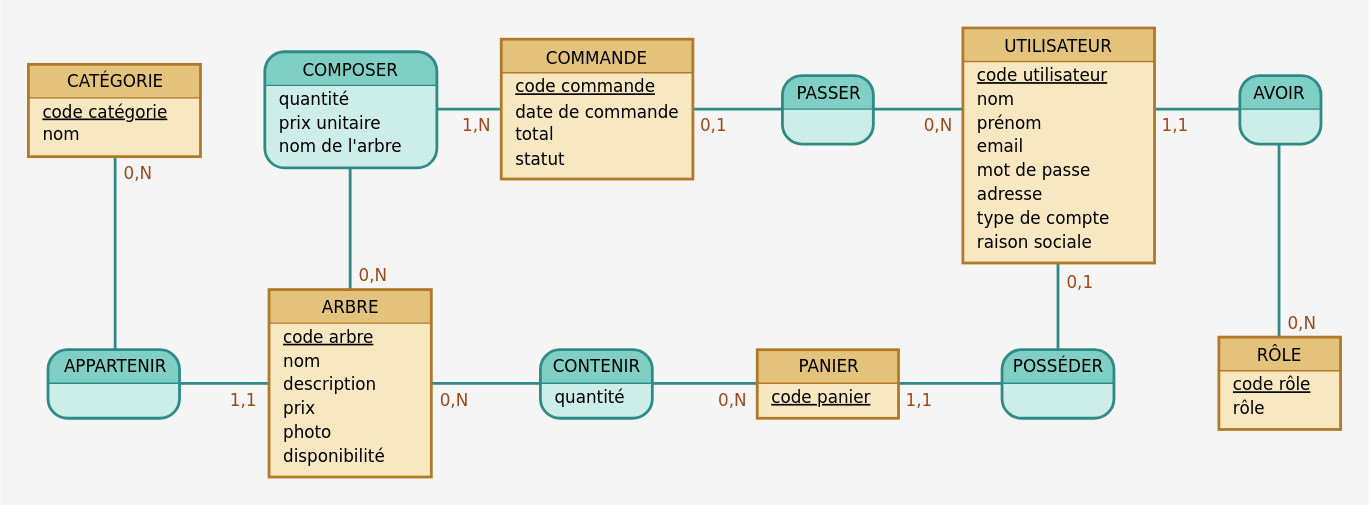
The draw.io diagram docs/conception/modele-de-donnees/05b-mcd.drawio.svg in DimitryDereppe/je-s-appelle-graine, before a commit. Source tidied: cells renumbered, new cells last; positions are measured from the earlier drawing's top-left corner, leaving out a move shared by most shapes. Its diagram source:
```xml
<mxGraphModel>
  <root>
    <mxCell id="0" />
    <mxCell id="1" parent="0" />
    <mxCell id="2" value="CATÉGORIE" style="swimlane;fontStyle=0;horizontal=1;startSize=24;fillColor=#E3C27B;swimlaneFillColor=#F8E8C2;strokeColor=#B07A2A;strokeWidth=2;rounded=0;arcSize=30;fontFamily=Verdana;fontSize=12;html=1;" parent="1" vertex="1">
      <mxGeometry y="26" width="123" height="66" as="geometry" />
    </mxCell>
    <mxCell id="3" value="&lt;u&gt;code catégorie&lt;/u&gt;&lt;br&gt;nom" style="text;html=1;align=left;verticalAlign=top;spacingLeft=6;fontFamily=Verdana;fontSize=12;" parent="2" vertex="1">
      <mxGeometry y="24" width="123" height="42" as="geometry" />
    </mxCell>
    <mxCell id="4" value="COMPOSER" style="swimlane;fontStyle=0;horizontal=1;startSize=24;fillColor=#7FCFC4;swimlaneFillColor=#CDEDE8;strokeColor=#2E8B85;strokeWidth=2;rounded=1;arcSize=30;fontFamily=Verdana;fontSize=12;html=1;" parent="1" vertex="1">
      <mxGeometry x="169" y="17" width="123" height="83" as="geometry" />
    </mxCell>
    <mxCell id="5" value="quantité&lt;br&gt;prix unitaire&lt;br&gt;nom de l&amp;#x27;arbre" style="text;html=1;align=left;verticalAlign=top;spacingLeft=6;fontFamily=Verdana;fontSize=12;" parent="4" vertex="1">
      <mxGeometry y="24" width="123" height="59" as="geometry" />
    </mxCell>
    <mxCell id="6" value="COMMANDE" style="swimlane;fontStyle=0;horizontal=1;startSize=24;fillColor=#E3C27B;swimlaneFillColor=#F8E8C2;strokeColor=#B07A2A;strokeWidth=2;rounded=0;arcSize=30;fontFamily=Verdana;fontSize=12;html=1;" parent="1" vertex="1">
      <mxGeometry x="338" y="8" width="137" height="100" as="geometry" />
    </mxCell>
    <mxCell id="7" value="&lt;u&gt;code commande&lt;/u&gt;&lt;br&gt;date de commande&lt;br&gt;total&lt;br&gt;statut" style="text;html=1;align=left;verticalAlign=top;spacingLeft=6;fontFamily=Verdana;fontSize=12;" parent="6" vertex="1">
      <mxGeometry y="24" width="137" height="76" as="geometry" />
    </mxCell>
    <mxCell id="8" value="PASSER" style="swimlane;fontStyle=0;horizontal=1;startSize=24;fillColor=#7FCFC4;swimlaneFillColor=#CDEDE8;strokeColor=#2E8B85;strokeWidth=2;rounded=1;arcSize=30;fontFamily=Verdana;fontSize=12;html=1;" parent="1" vertex="1">
      <mxGeometry x="539" y="34" width="65" height="49" as="geometry" />
    </mxCell>
    <mxCell id="9" style="text;html=1;align=left;verticalAlign=top;spacingLeft=6;fontFamily=Verdana;fontSize=12;" parent="8" vertex="1">
      <mxGeometry y="24" width="65" height="25" as="geometry" />
    </mxCell>
    <mxCell id="10" value="UTILISATEUR" style="swimlane;fontStyle=0;horizontal=1;startSize=24;fillColor=#E3C27B;swimlaneFillColor=#F8E8C2;strokeColor=#B07A2A;strokeWidth=2;rounded=0;arcSize=30;fontFamily=Verdana;fontSize=12;html=1;" parent="1" vertex="1">
      <mxGeometry x="668" width="137" height="168" as="geometry" />
    </mxCell>
    <mxCell id="11" value="&lt;u&gt;code utilisateur&lt;/u&gt;&lt;br&gt;nom&lt;br&gt;prénom&lt;br&gt;email&lt;br&gt;mot de passe&lt;br&gt;adresse&lt;br&gt;type de compte&lt;br&gt;raison sociale" style="text;html=1;align=left;verticalAlign=top;spacingLeft=6;fontFamily=Verdana;fontSize=12;" parent="10" vertex="1">
      <mxGeometry y="24" width="137" height="144" as="geometry" />
    </mxCell>
    <mxCell id="12" value="AVOIR" style="swimlane;fontStyle=0;horizontal=1;startSize=24;fillColor=#7FCFC4;swimlaneFillColor=#CDEDE8;strokeColor=#2E8B85;strokeWidth=2;rounded=1;arcSize=30;fontFamily=Verdana;fontSize=12;html=1;" parent="1" vertex="1">
      <mxGeometry x="866" y="34" width="58" height="49" as="geometry" />
    </mxCell>
    <mxCell id="13" style="text;html=1;align=left;verticalAlign=top;spacingLeft=6;fontFamily=Verdana;fontSize=12;" parent="12" vertex="1">
      <mxGeometry y="24" width="58" height="25" as="geometry" />
    </mxCell>
    <mxCell id="14" value="APPARTENIR" style="swimlane;fontStyle=0;horizontal=1;startSize=24;fillColor=#7FCFC4;swimlaneFillColor=#CDEDE8;strokeColor=#2E8B85;strokeWidth=2;rounded=1;arcSize=30;fontFamily=Verdana;fontSize=12;html=1;" parent="1" vertex="1">
      <mxGeometry x="14" y="230" width="94" height="49" as="geometry" />
    </mxCell>
    <mxCell id="15" style="text;html=1;align=left;verticalAlign=top;spacingLeft=6;fontFamily=Verdana;fontSize=12;" parent="14" vertex="1">
      <mxGeometry y="24" width="94" height="25" as="geometry" />
    </mxCell>
    <mxCell id="16" value="ARBRE" style="swimlane;fontStyle=0;horizontal=1;startSize=24;fillColor=#E3C27B;swimlaneFillColor=#F8E8C2;strokeColor=#B07A2A;strokeWidth=2;rounded=0;arcSize=30;fontFamily=Verdana;fontSize=12;html=1;" parent="1" vertex="1">
      <mxGeometry x="172" y="187" width="116" height="134" as="geometry" />
    </mxCell>
    <mxCell id="17" value="&lt;u&gt;code arbre&lt;/u&gt;&lt;br&gt;nom&lt;br&gt;description&lt;br&gt;prix&lt;br&gt;photo&lt;br&gt;disponibilité" style="text;html=1;align=left;verticalAlign=top;spacingLeft=6;fontFamily=Verdana;fontSize=12;" parent="16" vertex="1">
      <mxGeometry y="24" width="116" height="110" as="geometry" />
    </mxCell>
    <mxCell id="18" value="CONTENIR" style="swimlane;fontStyle=0;horizontal=1;startSize=24;fillColor=#7FCFC4;swimlaneFillColor=#CDEDE8;strokeColor=#2E8B85;strokeWidth=2;rounded=1;arcSize=30;fontFamily=Verdana;fontSize=12;html=1;" parent="1" vertex="1">
      <mxGeometry x="366" y="230" width="80" height="49" as="geometry" />
    </mxCell>
    <mxCell id="19" value="quantité" style="text;html=1;align=left;verticalAlign=top;spacingLeft=6;fontFamily=Verdana;fontSize=12;" parent="18" vertex="1">
      <mxGeometry y="24" width="80" height="25" as="geometry" />
    </mxCell>
    <mxCell id="20" value="PANIER" style="swimlane;fontStyle=0;horizontal=1;startSize=24;fillColor=#E3C27B;swimlaneFillColor=#F8E8C2;strokeColor=#B07A2A;strokeWidth=2;rounded=0;arcSize=30;fontFamily=Verdana;fontSize=12;html=1;" parent="1" vertex="1">
      <mxGeometry x="521" y="230" width="101" height="49" as="geometry" />
    </mxCell>
    <mxCell id="21" value="&lt;u&gt;code panier&lt;/u&gt;" style="text;html=1;align=left;verticalAlign=top;spacingLeft=6;fontFamily=Verdana;fontSize=12;" parent="20" vertex="1">
      <mxGeometry y="24" width="101" height="25" as="geometry" />
    </mxCell>
    <mxCell id="22" value="POSSÉDER" style="swimlane;fontStyle=0;horizontal=1;startSize=24;fillColor=#7FCFC4;swimlaneFillColor=#CDEDE8;strokeColor=#2E8B85;strokeWidth=2;rounded=1;arcSize=30;fontFamily=Verdana;fontSize=12;html=1;" parent="1" vertex="1">
      <mxGeometry x="696" y="230" width="80" height="49" as="geometry" />
    </mxCell>
    <mxCell id="23" style="text;html=1;align=left;verticalAlign=top;spacingLeft=6;fontFamily=Verdana;fontSize=12;" parent="22" vertex="1">
      <mxGeometry y="24" width="80" height="25" as="geometry" />
    </mxCell>
    <mxCell id="24" value="RÔLE" style="swimlane;fontStyle=0;horizontal=1;startSize=24;fillColor=#E3C27B;swimlaneFillColor=#F8E8C2;strokeColor=#B07A2A;strokeWidth=2;rounded=0;arcSize=30;fontFamily=Verdana;fontSize=12;html=1;" parent="1" vertex="1">
      <mxGeometry x="851" y="221" width="87" height="66" as="geometry" />
    </mxCell>
    <mxCell id="25" value="&lt;u&gt;code rôle&lt;/u&gt;&lt;br&gt;rôle" style="text;html=1;align=left;verticalAlign=top;spacingLeft=6;fontFamily=Verdana;fontSize=12;" parent="24" vertex="1">
      <mxGeometry y="24" width="87" height="42" as="geometry" />
    </mxCell>
    <mxCell id="26" value="0,N" style="endArrow=none;html=1;strokeColor=#2E8B85;strokeWidth=2;fontColor=#9C4A1A;fontFamily=Verdana;fontSize=12;labelBackgroundColor=none;" parent="1" edge="1" source="14" target="2">
      <mxGeometry x="0.75" y="10" relative="1" as="geometry" />
    </mxCell>
    <mxCell id="27" value="1,1" style="endArrow=none;html=1;strokeColor=#2E8B85;strokeWidth=2;fontColor=#9C4A1A;fontFamily=Verdana;fontSize=12;labelBackgroundColor=none;" parent="1" edge="1" source="14" target="16">
      <mxGeometry x="0.75" y="10" relative="1" as="geometry" />
    </mxCell>
    <mxCell id="28" value="1,N" style="endArrow=none;html=1;strokeColor=#2E8B85;strokeWidth=2;fontColor=#9C4A1A;fontFamily=Verdana;fontSize=12;labelBackgroundColor=none;" parent="1" edge="1" source="4" target="6">
      <mxGeometry x="0.75" y="10" relative="1" as="geometry" />
    </mxCell>
    <mxCell id="29" value="0,N" style="endArrow=none;html=1;strokeColor=#2E8B85;strokeWidth=2;fontColor=#9C4A1A;fontFamily=Verdana;fontSize=12;labelBackgroundColor=none;" parent="1" edge="1" source="4" target="16">
      <mxGeometry x="0.75" y="10" relative="1" as="geometry" />
    </mxCell>
    <mxCell id="30" value="0,N" style="endArrow=none;html=1;strokeColor=#2E8B85;strokeWidth=2;fontColor=#9C4A1A;fontFamily=Verdana;fontSize=12;labelBackgroundColor=none;" parent="1" edge="1" source="18" target="20">
      <mxGeometry x="0.75" y="10" relative="1" as="geometry" />
    </mxCell>
    <mxCell id="31" value="0,N" style="endArrow=none;html=1;strokeColor=#2E8B85;strokeWidth=2;fontColor=#9C4A1A;fontFamily=Verdana;fontSize=12;labelBackgroundColor=none;" parent="1" edge="1" source="18" target="16">
      <mxGeometry x="0.75" y="10" relative="1" as="geometry" />
    </mxCell>
    <mxCell id="32" value="0,N" style="endArrow=none;html=1;strokeColor=#2E8B85;strokeWidth=2;fontColor=#9C4A1A;fontFamily=Verdana;fontSize=12;labelBackgroundColor=none;" parent="1" edge="1" source="8" target="10">
      <mxGeometry x="0.75" y="10" relative="1" as="geometry" />
    </mxCell>
    <mxCell id="33" value="0,1" style="endArrow=none;html=1;strokeColor=#2E8B85;strokeWidth=2;fontColor=#9C4A1A;fontFamily=Verdana;fontSize=12;labelBackgroundColor=none;" parent="1" edge="1" source="8" target="6">
      <mxGeometry x="0.75" y="10" relative="1" as="geometry" />
    </mxCell>
    <mxCell id="34" value="0,1" style="endArrow=none;html=1;strokeColor=#2E8B85;strokeWidth=2;fontColor=#9C4A1A;fontFamily=Verdana;fontSize=12;labelBackgroundColor=none;" parent="1" edge="1" source="22" target="10">
      <mxGeometry x="0.75" y="10" relative="1" as="geometry" />
    </mxCell>
    <mxCell id="35" value="1,1" style="endArrow=none;html=1;strokeColor=#2E8B85;strokeWidth=2;fontColor=#9C4A1A;fontFamily=Verdana;fontSize=12;labelBackgroundColor=none;" parent="1" edge="1" source="22" target="20">
      <mxGeometry x="0.75" y="10" relative="1" as="geometry" />
    </mxCell>
    <mxCell id="36" value="1,1" style="endArrow=none;html=1;strokeColor=#2E8B85;strokeWidth=2;fontColor=#9C4A1A;fontFamily=Verdana;fontSize=12;labelBackgroundColor=none;" parent="1" edge="1" source="12" target="10">
      <mxGeometry x="0.75" y="10" relative="1" as="geometry" />
    </mxCell>
    <mxCell id="37" value="0,N" style="endArrow=none;html=1;strokeColor=#2E8B85;strokeWidth=2;fontColor=#9C4A1A;fontFamily=Verdana;fontSize=12;labelBackgroundColor=none;" parent="1" edge="1" source="12" target="24">
      <mxGeometry x="0.75" y="10" relative="1" as="geometry" />
    </mxCell>
  </root>
</mxGraphModel>
```
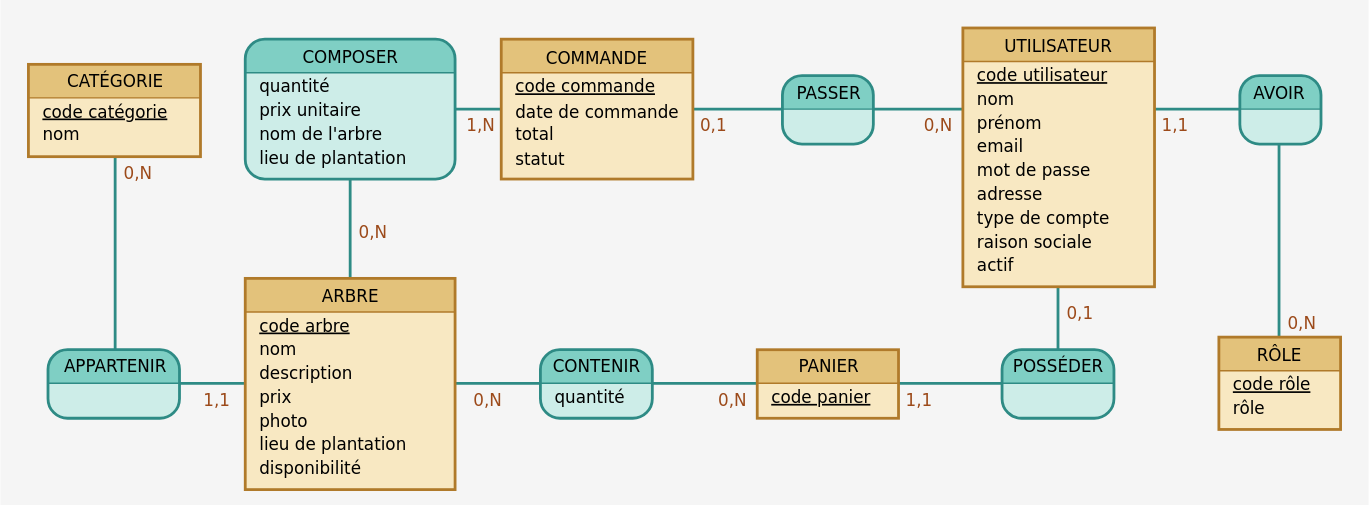
Later version of the same file.

Commit message:
docs: ajout du lieu de plantation et de is_active au modèle de données docs: création du carnet de bord de Dimitry

The edit, as a diff of the source:
```diff
@@ -9,10 +9,10 @@
       <mxGeometry y="24" width="123" height="42" as="geometry" />
     </mxCell>
     <mxCell id="4" value="COMPOSER" style="swimlane;fontStyle=0;horizontal=1;startSize=24;fillColor=#7FCFC4;swimlaneFillColor=#CDEDE8;strokeColor=#2E8B85;strokeWidth=2;rounded=1;arcSize=30;fontFamily=Verdana;fontSize=12;html=1;" parent="1" vertex="1">
-      <mxGeometry x="169" y="17" width="123" height="83" as="geometry" />
+      <mxGeometry x="155" y="8" width="150" height="100" as="geometry" />
     </mxCell>
-    <mxCell id="5" value="quantité&lt;br&gt;prix unitaire&lt;br&gt;nom de l&amp;#x27;arbre" style="text;html=1;align=left;verticalAlign=top;spacingLeft=6;fontFamily=Verdana;fontSize=12;" parent="4" vertex="1">
-      <mxGeometry y="24" width="123" height="59" as="geometry" />
+    <mxCell id="5" value="quantité&lt;br&gt;prix unitaire&lt;br&gt;nom de l&amp;#x27;arbre&lt;br&gt;lieu de plantation" style="text;html=1;align=left;verticalAlign=top;spacingLeft=6;fontFamily=Verdana;fontSize=12;" parent="4" vertex="1">
+      <mxGeometry y="24" width="150" height="76" as="geometry" />
     </mxCell>
     <mxCell id="6" value="COMMANDE" style="swimlane;fontStyle=0;horizontal=1;startSize=24;fillColor=#E3C27B;swimlaneFillColor=#F8E8C2;strokeColor=#B07A2A;strokeWidth=2;rounded=0;arcSize=30;fontFamily=Verdana;fontSize=12;html=1;" parent="1" vertex="1">
       <mxGeometry x="338" y="8" width="137" height="100" as="geometry" />
@@ -27,10 +27,10 @@
       <mxGeometry y="24" width="65" height="25" as="geometry" />
     </mxCell>
     <mxCell id="10" value="UTILISATEUR" style="swimlane;fontStyle=0;horizontal=1;startSize=24;fillColor=#E3C27B;swimlaneFillColor=#F8E8C2;strokeColor=#B07A2A;strokeWidth=2;rounded=0;arcSize=30;fontFamily=Verdana;fontSize=12;html=1;" parent="1" vertex="1">
-      <mxGeometry x="668" width="137" height="168" as="geometry" />
+      <mxGeometry x="668" width="137" height="185" as="geometry" />
     </mxCell>
-    <mxCell id="11" value="&lt;u&gt;code utilisateur&lt;/u&gt;&lt;br&gt;nom&lt;br&gt;prénom&lt;br&gt;email&lt;br&gt;mot de passe&lt;br&gt;adresse&lt;br&gt;type de compte&lt;br&gt;raison sociale" style="text;html=1;align=left;verticalAlign=top;spacingLeft=6;fontFamily=Verdana;fontSize=12;" parent="10" vertex="1">
-      <mxGeometry y="24" width="137" height="144" as="geometry" />
+    <mxCell id="11" value="&lt;u&gt;code utilisateur&lt;/u&gt;&lt;br&gt;nom&lt;br&gt;prénom&lt;br&gt;email&lt;br&gt;mot de passe&lt;br&gt;adresse&lt;br&gt;type de compte&lt;br&gt;raison sociale&lt;br&gt;actif" style="text;html=1;align=left;verticalAlign=top;spacingLeft=6;fontFamily=Verdana;fontSize=12;" parent="10" vertex="1">
+      <mxGeometry y="24" width="137" height="161" as="geometry" />
     </mxCell>
     <mxCell id="12" value="AVOIR" style="swimlane;fontStyle=0;horizontal=1;startSize=24;fillColor=#7FCFC4;swimlaneFillColor=#CDEDE8;strokeColor=#2E8B85;strokeWidth=2;rounded=1;arcSize=30;fontFamily=Verdana;fontSize=12;html=1;" parent="1" vertex="1">
       <mxGeometry x="866" y="34" width="58" height="49" as="geometry" />
@@ -45,10 +45,10 @@
       <mxGeometry y="24" width="94" height="25" as="geometry" />
     </mxCell>
     <mxCell id="16" value="ARBRE" style="swimlane;fontStyle=0;horizontal=1;startSize=24;fillColor=#E3C27B;swimlaneFillColor=#F8E8C2;strokeColor=#B07A2A;strokeWidth=2;rounded=0;arcSize=30;fontFamily=Verdana;fontSize=12;html=1;" parent="1" vertex="1">
-      <mxGeometry x="172" y="187" width="116" height="134" as="geometry" />
+      <mxGeometry x="155" y="179" width="150" height="151" as="geometry" />
     </mxCell>
-    <mxCell id="17" value="&lt;u&gt;code arbre&lt;/u&gt;&lt;br&gt;nom&lt;br&gt;description&lt;br&gt;prix&lt;br&gt;photo&lt;br&gt;disponibilité" style="text;html=1;align=left;verticalAlign=top;spacingLeft=6;fontFamily=Verdana;fontSize=12;" parent="16" vertex="1">
-      <mxGeometry y="24" width="116" height="110" as="geometry" />
+    <mxCell id="17" value="&lt;u&gt;code arbre&lt;/u&gt;&lt;br&gt;nom&lt;br&gt;description&lt;br&gt;prix&lt;br&gt;photo&lt;br&gt;lieu de plantation&lt;br&gt;disponibilité" style="text;html=1;align=left;verticalAlign=top;spacingLeft=6;fontFamily=Verdana;fontSize=12;" parent="16" vertex="1">
+      <mxGeometry y="24" width="150" height="127" as="geometry" />
     </mxCell>
     <mxCell id="18" value="CONTENIR" style="swimlane;fontStyle=0;horizontal=1;startSize=24;fillColor=#7FCFC4;swimlaneFillColor=#CDEDE8;strokeColor=#2E8B85;strokeWidth=2;rounded=1;arcSize=30;fontFamily=Verdana;fontSize=12;html=1;" parent="1" vertex="1">
       <mxGeometry x="366" y="230" width="80" height="49" as="geometry" />
```
